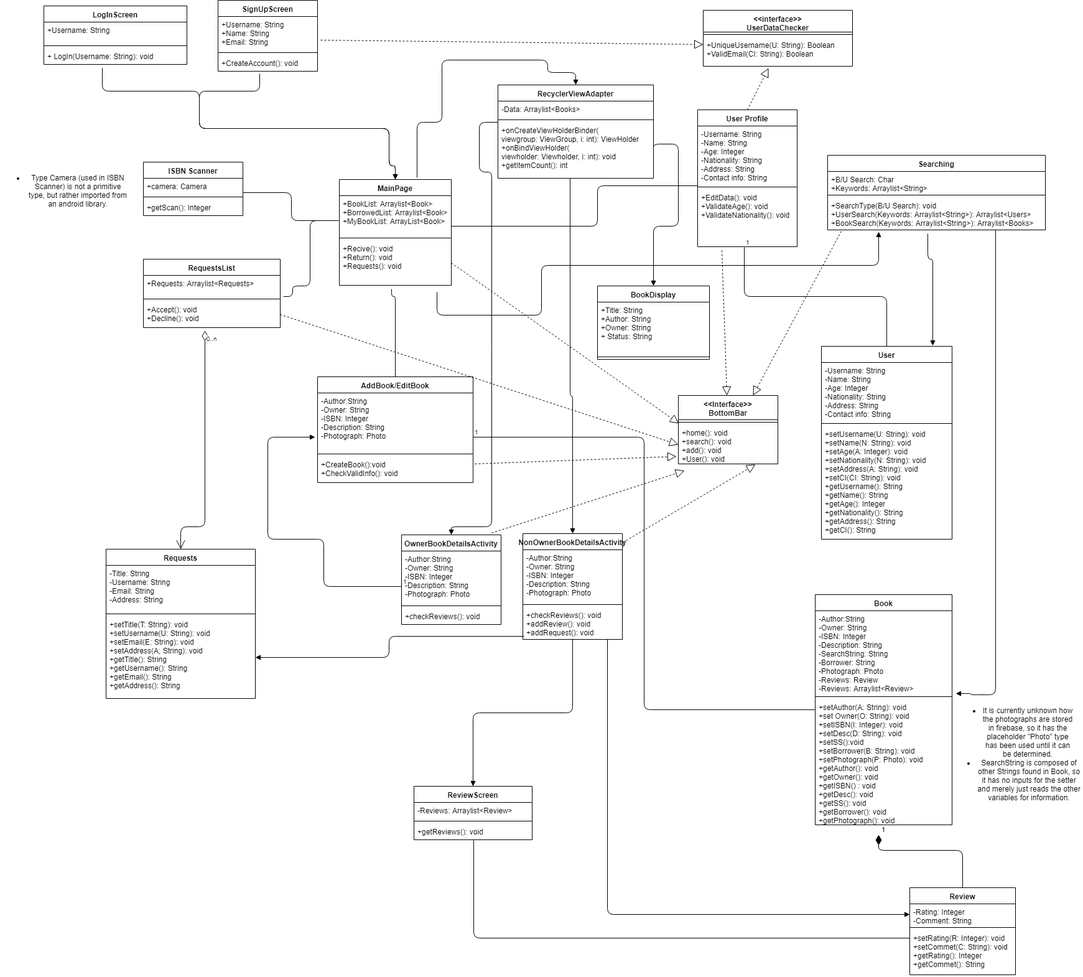
Before: doc/VL UML.png, a diagram exported from draw.io (CMPUT301W19T07/Virtual-Library). Source tidied: cells renumbered, new cells last; positions are measured from the earlier drawing's top-left corner, leaving out a move shared by most shapes.
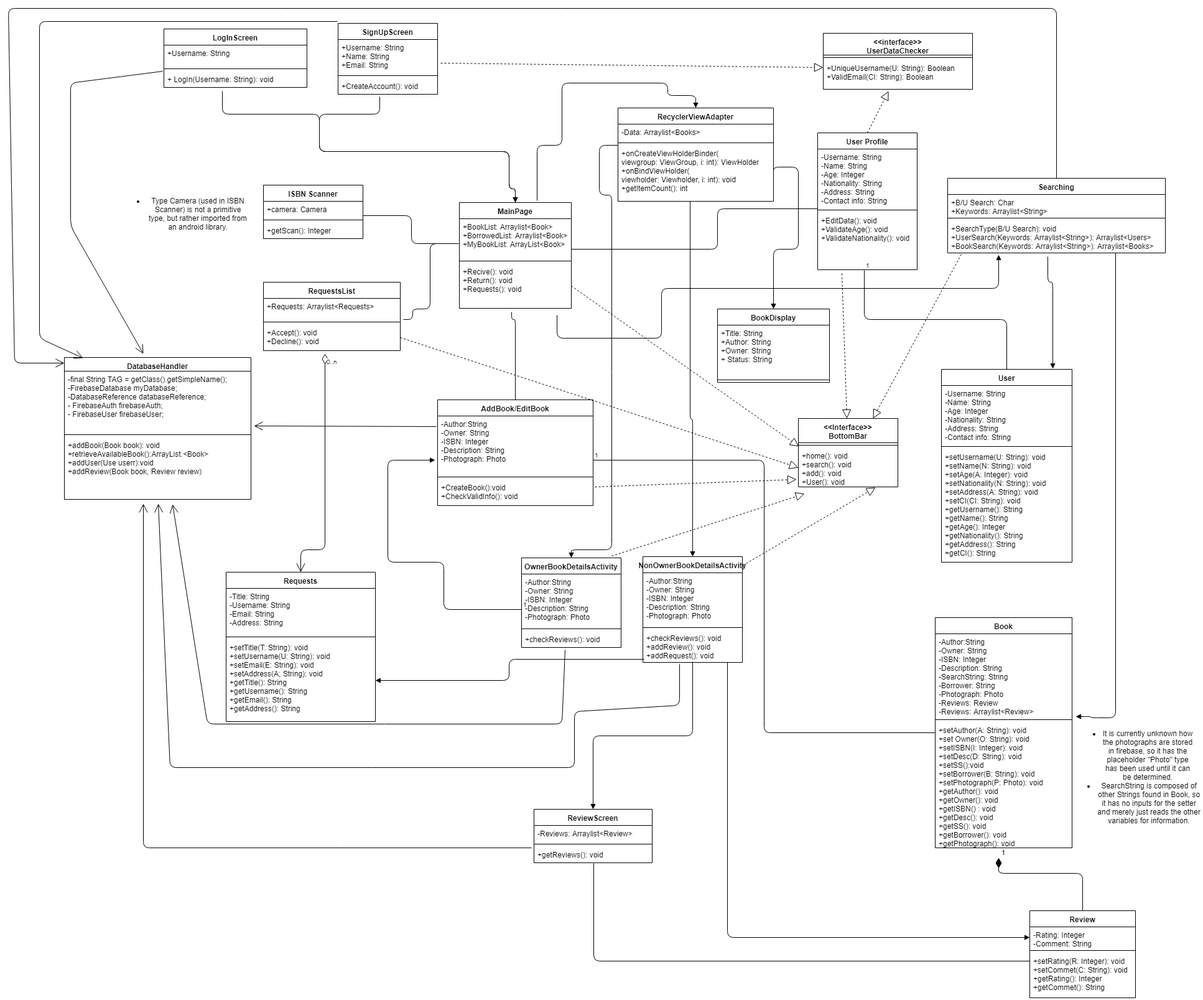
After the commit.

Diff of the diagram source:
```diff
@@ -460,5 +460,73 @@
     <mxCell id="116" value="&lt;ul&gt;&lt;li&gt;Type Camera (used in ISBN Scanner) is not a primitive type, but rather imported from an android library.&lt;/li&gt;&lt;/ul&gt;" style="text;html=1;strokeColor=none;fillColor=none;align=center;verticalAlign=middle;whiteSpace=wrap;rounded=0;" parent="1" vertex="1">
       <mxGeometry y="296" width="210" height="20" as="geometry" />
     </mxCell>
+    <mxCell id="117" value="DatabaseHandler" style="swimlane;fontStyle=1;align=center;verticalAlign=top;horizontal=1;startSize=22;" parent="1" vertex="1">
+      <mxGeometry x="-90" y="537" width="300" height="228" as="geometry" />
+    </mxCell>
+    <mxCell id="118" value="-final String TAG = getClass().getSimpleName();&#10;-FirebaseDatabase myDatabase;&#10;-DatabaseReference databaseReference;&#10;- FirebaseAuth firebaseAuth;&#10;- FirebaseUser firebaseUser;" style="text;strokeColor=none;fillColor=none;align=left;verticalAlign=top;spacingLeft=4;spacingRight=4;overflow=hidden;points=[[0,0.5],[1,0.5]];portConstraint=eastwest;" parent="117" vertex="1">
+      <mxGeometry y="22" width="300" height="98" as="geometry" />
+    </mxCell>
+    <mxCell id="119" style="line;strokeWidth=1;fillColor=none;align=left;verticalAlign=middle;spacingTop=-1;spacingLeft=3;spacingRight=3;labelPosition=right;" parent="117" vertex="1">
+      <mxGeometry y="120" width="300" height="8" as="geometry" />
+    </mxCell>
+    <mxCell id="120" value="+addBook(Book book): void&#10;+retrieveAvailableBook():ArrayList.&lt;Book&gt;&#10;+addUser(Use userr):void&#10;+addReview(Book book, Review review)&#10;&#10;" style="text;strokeColor=none;fillColor=none;align=left;verticalAlign=top;spacingLeft=4;spacingRight=4;overflow=hidden;points=[[0,0.5],[1,0.5]];portConstraint=eastwest;" parent="117" vertex="1">
+      <mxGeometry y="128" width="300" height="100" as="geometry" />
+    </mxCell>
+    <mxCell id="121" style="endArrow=open;endFill=1;endSize=12;html=1;entryX=0.422;entryY=-0.026;entryDx=0;entryDy=0;entryPerimeter=0;exitX=-0.007;exitY=0;exitDx=0;exitDy=0;exitPerimeter=0;" parent="1" edge="1" source="5" target="117">
+      <mxGeometry relative="1" as="geometry">
+        <Array as="points">
+          <mxPoint x="-80" y="96" />
+          <mxPoint x="-80" y="326" />
+        </Array>
+      </mxGeometry>
+    </mxCell>
+    <mxCell id="122" style="endArrow=open;endFill=1;endSize=12;html=1;entryX=1.017;entryY=0.898;entryDx=0;entryDy=0;entryPerimeter=0;exitX=-0.008;exitY=0.176;exitDx=0;exitDy=0;exitPerimeter=0;" parent="1" edge="1" source="34" target="118">
+      <mxGeometry relative="1" as="geometry" />
+    </mxCell>
+    <mxCell id="123" style="endArrow=open;endFill=1;endSize=12;html=1;exitX=-0.021;exitY=0.096;exitDx=0;exitDy=0;exitPerimeter=0;entryX=0.423;entryY=1.07;entryDx=0;entryDy=0;entryPerimeter=0;" parent="1" edge="1" source="89" target="120">
+      <mxGeometry relative="1" as="geometry">
+        <Array as="points">
+          <mxPoint x="37" y="1325" />
+        </Array>
+      </mxGeometry>
+    </mxCell>
+    <mxCell id="124" style="endArrow=open;endFill=1;endSize=12;html=1;exitX=0.438;exitY=1.173;exitDx=0;exitDy=0;exitPerimeter=0;entryX=0.58;entryY=1.075;entryDx=0;entryDy=0;entryPerimeter=0;" parent="1" edge="1" source="73" target="120">
+      <mxGeometry relative="1" as="geometry">
+        <Array as="points">
+          <mxPoint x="710" y="1126" />
+          <mxPoint x="140" y="1126" />
+        </Array>
+      </mxGeometry>
+    </mxCell>
+    <mxCell id="125" style="endArrow=open;endFill=1;endSize=12;html=1;entryX=0.503;entryY=1.07;entryDx=0;entryDy=0;entryPerimeter=0;exitX=0.366;exitY=1.067;exitDx=0;exitDy=0;exitPerimeter=0;" parent="1" edge="1" source="77" target="120">
+      <mxGeometry relative="1" as="geometry">
+        <Array as="points">
+          <mxPoint x="899" y="1096" />
+          <mxPoint x="730" y="1106" />
+          <mxPoint x="730" y="1196" />
+          <mxPoint x="80" y="1196" />
+        </Array>
+      </mxGeometry>
+    </mxCell>
+    <mxCell id="126" style="endArrow=open;endFill=1;endSize=12;html=1;exitX=0.5;exitY=0;exitDx=0;exitDy=0;" parent="1" edge="1" source="96">
+      <mxGeometry relative="1" as="geometry">
+        <mxPoint x="-90" y="546" as="targetPoint" />
+        <Array as="points">
+          <mxPoint x="1505" y="-24" />
+          <mxPoint x="700" y="-24" />
+          <mxPoint x="-180" y="-24" />
+          <mxPoint x="-170" y="546" />
+        </Array>
+      </mxGeometry>
+    </mxCell>
+    <mxCell id="127" style="endArrow=open;endFill=1;endSize=12;html=1;exitX=-0.009;exitY=-0.026;exitDx=0;exitDy=0;exitPerimeter=0;" parent="1" edge="1" source="6">
+      <mxGeometry relative="1" as="geometry">
+        <mxPoint x="-60" y="538" as="targetPoint" />
+        <Array as="points">
+          <mxPoint x="-130" y="-3" />
+          <mxPoint x="-130" y="506" />
+        </Array>
+      </mxGeometry>
+    </mxCell>
   </root>
 </mxGraphModel>
```
